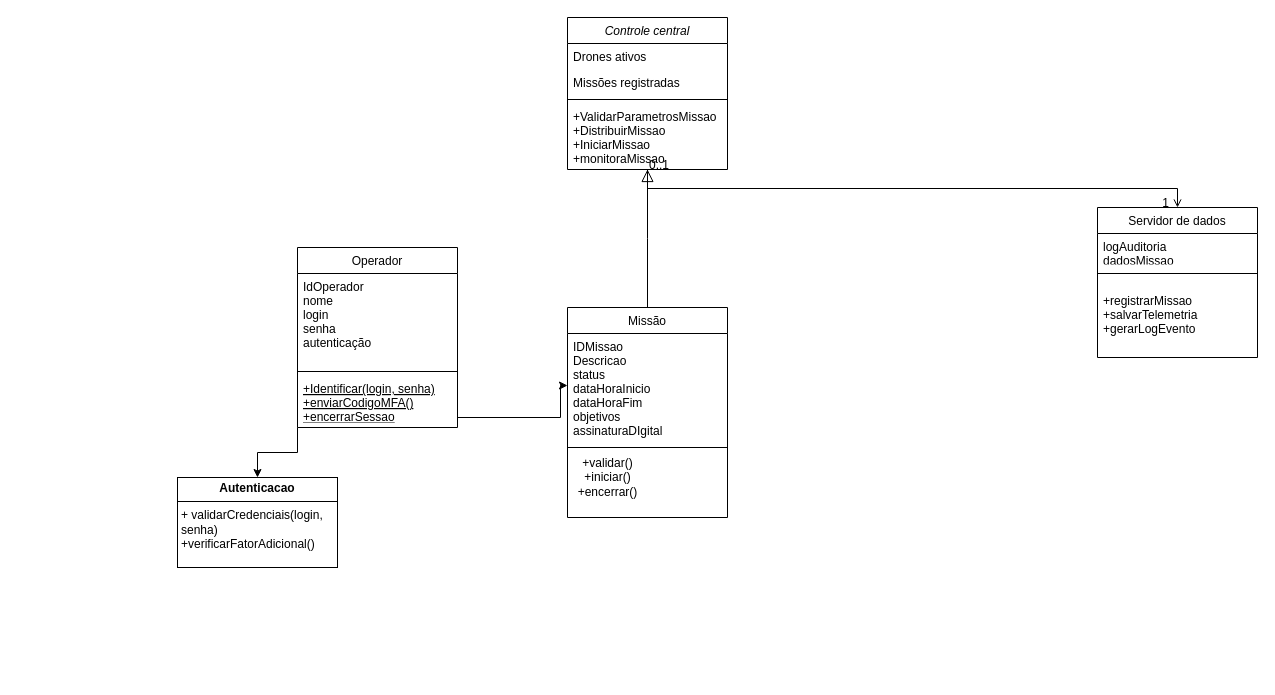
Earlier version of the draw.io diagram src/Diagrama de classe.drawio (GrupoProjeto021/UML-Classroom-FCI). Source tidied: cells renumbered, new cells numbered last; positions are measured from the earlier drawing's top-left corner, leaving out a move shared by most shapes. Both pictures are drawn from the tidied source at 100%, with x=0, y=0 at pixel (177, 17).
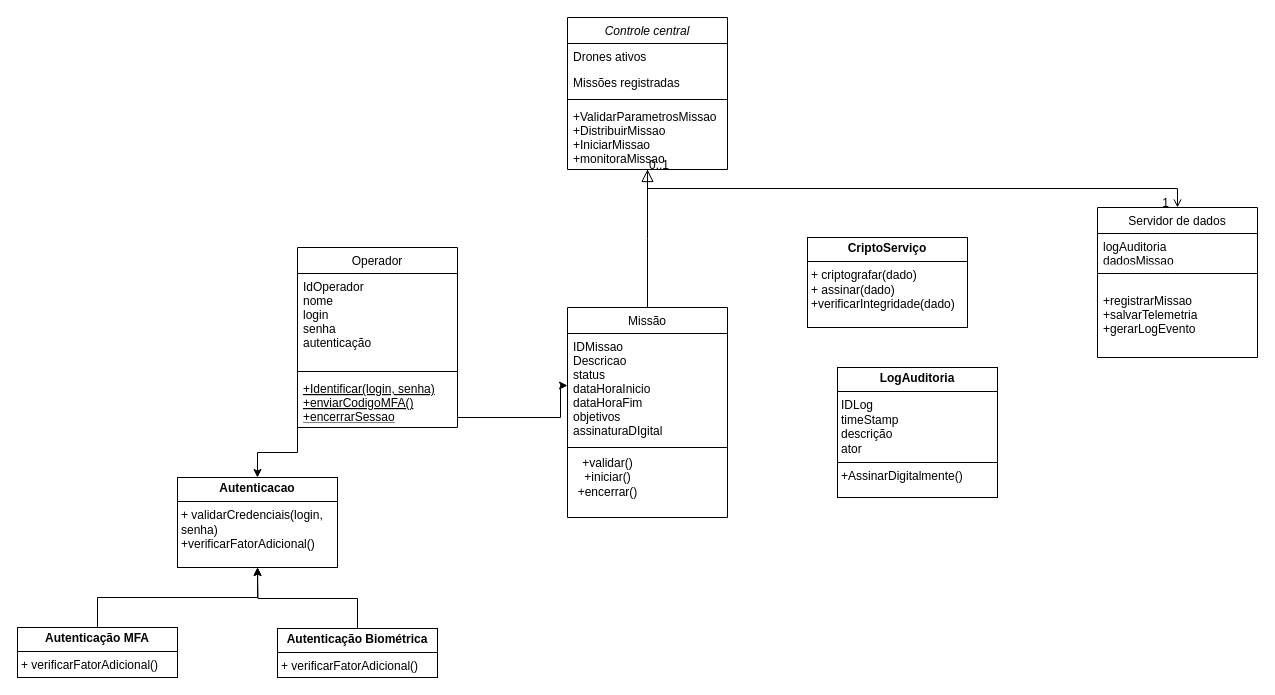
The same page after the edit.

Unchanged cells that the change refers to:
```xml
<mxCell id="25" value="&lt;p style=&quot;margin:0px;margin-top:4px;text-align:center;&quot;&gt;&lt;b&gt;Autenticacao&lt;/b&gt;&lt;/p&gt;&lt;hr size=&quot;1&quot; style=&quot;border-style:solid;&quot;&gt;&lt;p style=&quot;margin:0px;margin-left:4px;&quot;&gt;+ validarCredenciais(login, senha)&lt;/p&gt;&lt;p style=&quot;margin:0px;margin-left:4px;&quot;&gt;+verificarFatorAdicional()&lt;/p&gt;" style="verticalAlign=top;align=left;overflow=fill;html=1;whiteSpace=wrap;" parent="1" vertex="1">
  <mxGeometry y="460" width="160" height="90" as="geometry" />
</mxCell>
```

Change to the diagram source:
```diff
@@
+    <mxCell id="26" style="edgeStyle=orthogonalEdgeStyle;rounded=0;jettySize=auto;html=1;exitX=0.5;exitY=0;exitDx=0;exitDy=0;entryX=0.5;entryY=1;entryDx=0;entryDy=0;" parent="1" edge="1" source="27" target="25">
+      <mxGeometry relative="1" as="geometry" />
+    </mxCell>
+    <mxCell id="27" value="&lt;p style=&quot;margin:0px;margin-top:4px;text-align:center;&quot;&gt;&lt;b&gt;Autenticação MFA&lt;/b&gt;&lt;/p&gt;&lt;hr size=&quot;1&quot; style=&quot;border-style:solid;&quot;&gt;&lt;p style=&quot;margin:0px;margin-left:4px;&quot;&gt;+ verificarFatorAdicional()&lt;/p&gt;&lt;hr size=&quot;1&quot; style=&quot;border-style:solid;&quot;&gt;&lt;p style=&quot;margin:0px;margin-left:4px;&quot;&gt;&lt;br&gt;&lt;/p&gt;" style="verticalAlign=top;align=left;overflow=fill;html=1;whiteSpace=wrap;" parent="1" vertex="1">
+      <mxGeometry x="-160" y="610" width="160" height="50" as="geometry" />
+    </mxCell>
+    <mxCell id="28" style="edgeStyle=orthogonalEdgeStyle;rounded=0;jettySize=auto;html=1;exitX=0.5;exitY=0;exitDx=0;exitDy=0;" parent="1" edge="1" source="29">
+      <mxGeometry relative="1" as="geometry">
+        <mxPoint x="80" y="550" as="targetPoint" />
+      </mxGeometry>
+    </mxCell>
+    <mxCell id="29" value="&lt;p style=&quot;margin:0px;margin-top:4px;text-align:center;&quot;&gt;&lt;b&gt;Autenticação Biométrica&lt;/b&gt;&lt;/p&gt;&lt;hr size=&quot;1&quot; style=&quot;border-style:solid;&quot;&gt;&lt;p style=&quot;margin:0px;margin-left:4px;&quot;&gt;+ verificarFatorAdicional()&lt;/p&gt;&lt;hr size=&quot;1&quot; style=&quot;border-style:solid;&quot;&gt;&lt;p style=&quot;margin:0px;margin-left:4px;&quot;&gt;&lt;br&gt;&lt;/p&gt;" style="verticalAlign=top;align=left;overflow=fill;html=1;whiteSpace=wrap;" parent="1" vertex="1">
+      <mxGeometry x="100" y="611" width="160" height="49" as="geometry" />
+    </mxCell>
+    <mxCell id="30" value="&lt;p style=&quot;margin:0px;margin-top:4px;text-align:center;&quot;&gt;&lt;b&gt;CriptoServiço&lt;/b&gt;&lt;/p&gt;&lt;hr size=&quot;1&quot; style=&quot;border-style:solid;&quot;&gt;&lt;p style=&quot;margin:0px;margin-left:4px;&quot;&gt;+ criptografar(dado)&lt;/p&gt;&lt;p style=&quot;margin:0px;margin-left:4px;&quot;&gt;+ assinar(dado)&lt;/p&gt;&lt;p style=&quot;margin:0px;margin-left:4px;&quot;&gt;+verificarIntegridade(dado)&lt;/p&gt;" style="verticalAlign=top;align=left;overflow=fill;html=1;whiteSpace=wrap;" parent="1" vertex="1">
+      <mxGeometry x="630" y="220" width="160" height="90" as="geometry" />
+    </mxCell>
+    <mxCell id="31" value="&lt;p style=&quot;margin:0px;margin-top:4px;text-align:center;&quot;&gt;&lt;b&gt;LogAuditoria&lt;/b&gt;&lt;/p&gt;&lt;hr size=&quot;1&quot; style=&quot;border-style:solid;&quot;&gt;&lt;p style=&quot;margin:0px;margin-left:4px;&quot;&gt;IDLog&lt;/p&gt;&lt;p style=&quot;margin:0px;margin-left:4px;&quot;&gt;timeStamp&lt;/p&gt;&lt;p style=&quot;margin:0px;margin-left:4px;&quot;&gt;descrição&lt;/p&gt;&lt;p style=&quot;margin:0px;margin-left:4px;&quot;&gt;ator&lt;/p&gt;&lt;hr size=&quot;1&quot; style=&quot;border-style:solid;&quot;&gt;&lt;p style=&quot;margin:0px;margin-left:4px;&quot;&gt;+AssinarDigitalmente()&lt;/p&gt;" style="verticalAlign=top;align=left;overflow=fill;html=1;whiteSpace=wrap;" parent="1" vertex="1">
+      <mxGeometry x="660" y="350" width="160" height="130" as="geometry" />
+    </mxCell>
```
